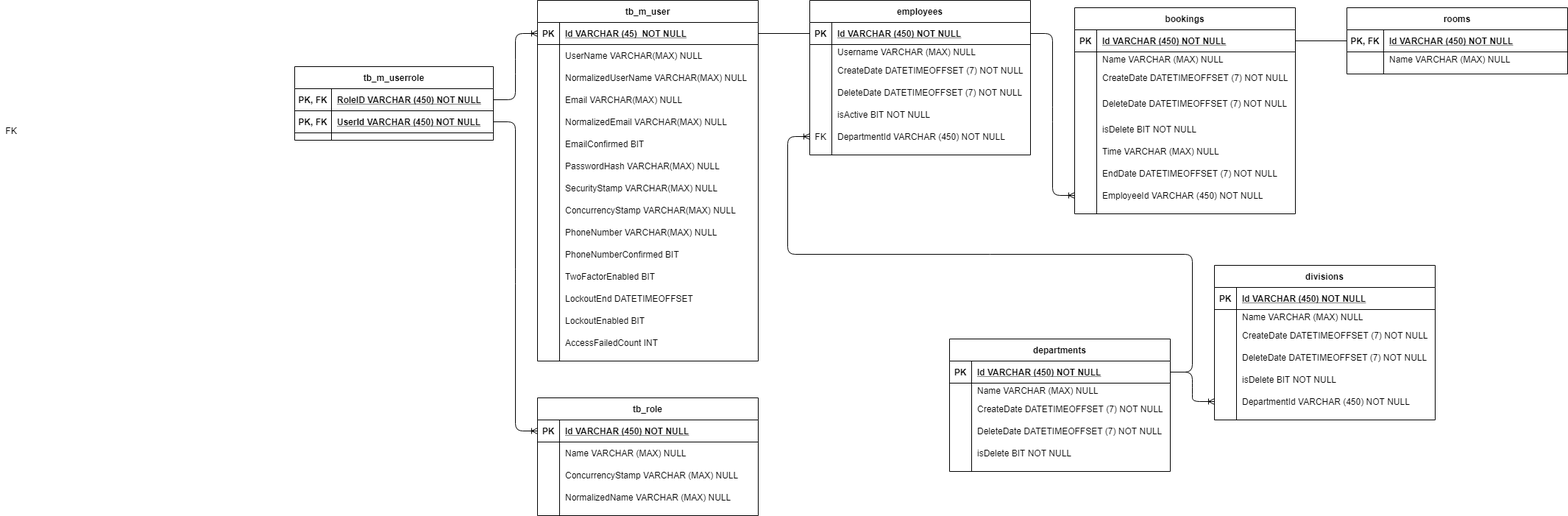
Earlier version of the draw.io export ERD_MeetingScheduler.png (bootcamp-36-NET/Kelompok1_Meeting-Scheduler_Cahya-Julian_Rahayu-Putri). Source tidied: cells renumbered, new cells last; positions are measured from the earlier drawing's top-left corner, leaving out a move shared by most shapes.
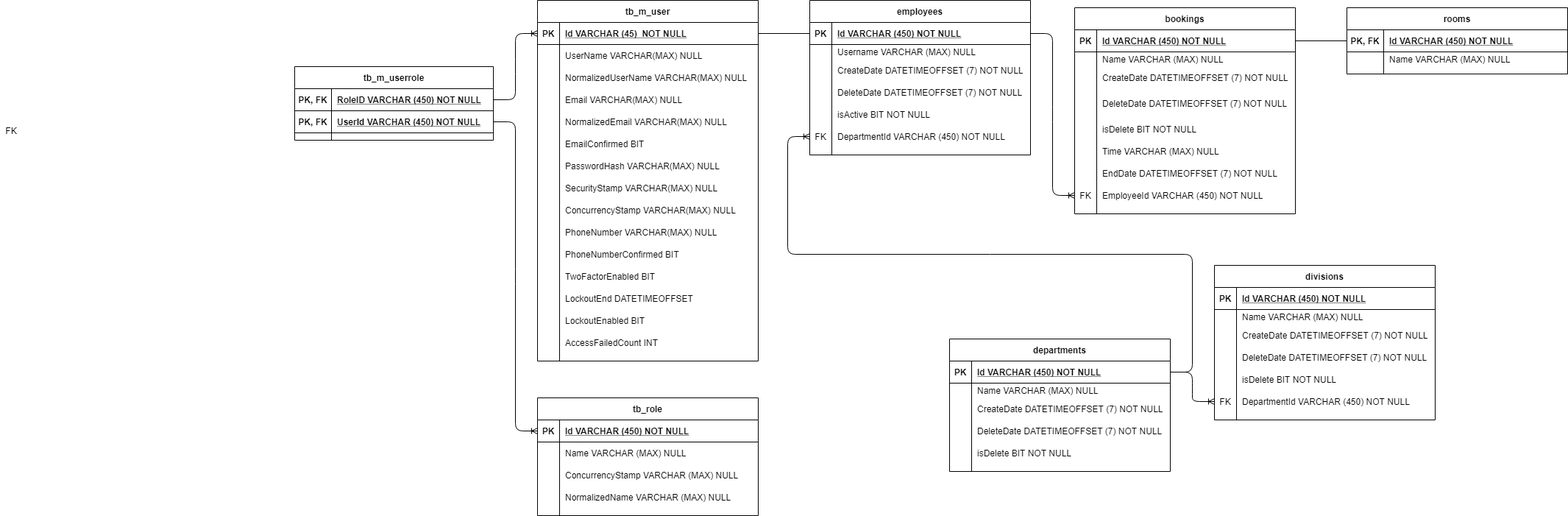
Above is the later version.

The edit, as a diff of the source:
```diff
@@ -362,7 +362,7 @@
     <mxCell id="121" style="shape=partialRectangle;fillColor=none;points=[[0,0.5],[1,0.5]];portConstraint=eastwest;top=0;left=0;right=0;bottom=0;" parent="99" vertex="1">
       <mxGeometry y="240" width="300" height="30" as="geometry" />
     </mxCell>
-    <mxCell id="122" style="shape=partialRectangle;overflow=hidden;fillColor=none;top=0;left=0;bottom=0;right=0;" parent="121" vertex="1">
+    <mxCell id="122" value="FK" style="shape=partialRectangle;overflow=hidden;fillColor=none;top=0;left=0;bottom=0;right=0;" parent="121" vertex="1">
       <mxGeometry width="30" height="30" as="geometry" />
     </mxCell>
     <mxCell id="123" value="EmployeeId VARCHAR (450) NOT NULL" style="shape=partialRectangle;overflow=hidden;fillColor=none;top=0;left=0;bottom=0;right=0;align=left;spacingLeft=6;" parent="121" vertex="1">
@@ -473,7 +473,7 @@
     <mxCell id="158" style="shape=partialRectangle;fillColor=none;points=[[0,0.5],[1,0.5]];portConstraint=eastwest;top=0;left=0;right=0;bottom=0;" parent="142" vertex="1">
       <mxGeometry y="170" width="300" height="30" as="geometry" />
     </mxCell>
-    <mxCell id="159" style="shape=partialRectangle;overflow=hidden;fillColor=none;top=0;left=0;bottom=0;right=0;" parent="158" vertex="1">
+    <mxCell id="159" value="FK" style="shape=partialRectangle;overflow=hidden;fillColor=none;top=0;left=0;bottom=0;right=0;" parent="158" vertex="1">
       <mxGeometry width="30" height="30" as="geometry" />
     </mxCell>
     <mxCell id="160" value="DepartmentId VARCHAR (450) NOT NULL" style="shape=partialRectangle;overflow=hidden;fillColor=none;top=0;left=0;bottom=0;right=0;align=left;spacingLeft=6;" parent="158" vertex="1">
```
